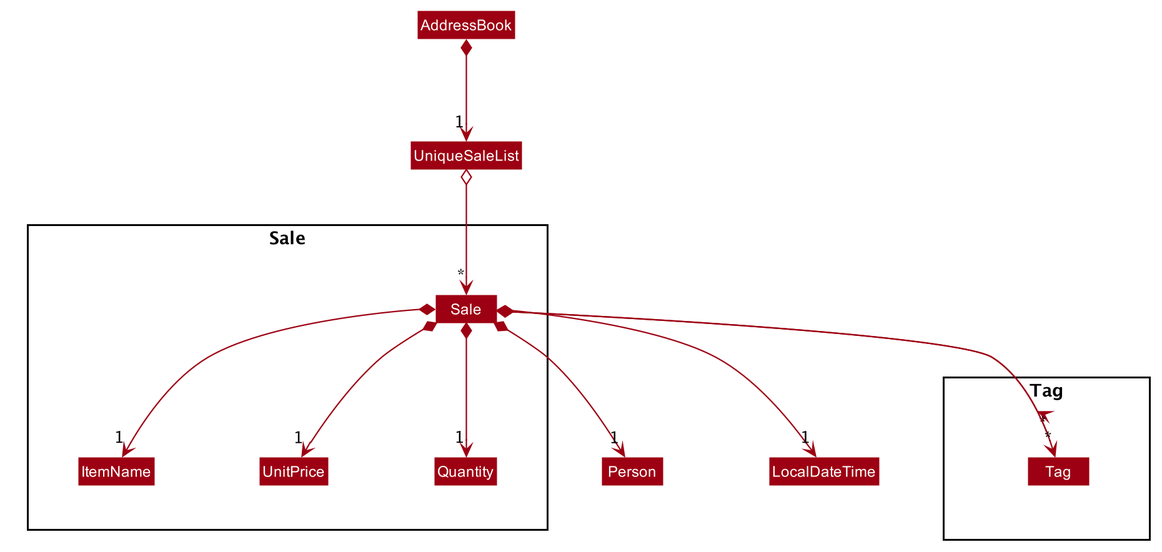
Above: docs/images/SaleClassDiagram.png in sebastiantoh/tp (PlantUML), before the change. Its diagram source:
```plantuml
@startuml








skinparam BackgroundColor #FFFFFFF

skinparam Shadowing false

skinparam Class {
    FontColor #FFFFFF
    BorderThickness 1
    BorderColor #FFFFFF
    StereotypeFontColor #FFFFFF
    FontName Arial
}

skinparam Actor {
    BorderColor #000000
    Color #000000
    FontName Arial
}

skinparam Sequence {
    MessageAlign center
    BoxFontSize 15
    BoxPadding 0
    BoxFontColor #FFFFFF
    FontName Arial
}

skinparam Participant {
    FontColor #FFFFFFF
    Padding 20
}

skinparam MinClassWidth 50
skinparam ParticipantPadding 10
skinparam Shadowing false
skinparam DefaultTextAlignment center
skinparam packageStyle Rectangle

hide footbox
hide members
hide circle
skinparam arrowThickness 1.1
skinparam arrowColor #9D0012
skinparam classBackgroundColor #9D0012

Class UniqueSaleList
Class AddressBook

Package Sale <<Rectangle>>{

Class Sale
Class ItemName
Class UnitPrice
Class Quantity

Class UniqueSaleList

AddressBook *--> "1" UniqueSaleList
UniqueSaleList o--> "*" Sale

Sale *--> "1" ItemName
Sale *--> "1" UnitPrice
Sale *--> "1" Quantity
Sale *--> "*" Tag

}

Class Person
Sale *--> "1" Person
Sale *--> "1" LocalDateTime

Package Tag <<Rectangle>>{

Class Tag
Sale *--> "*" Tag

}



@enduml
```
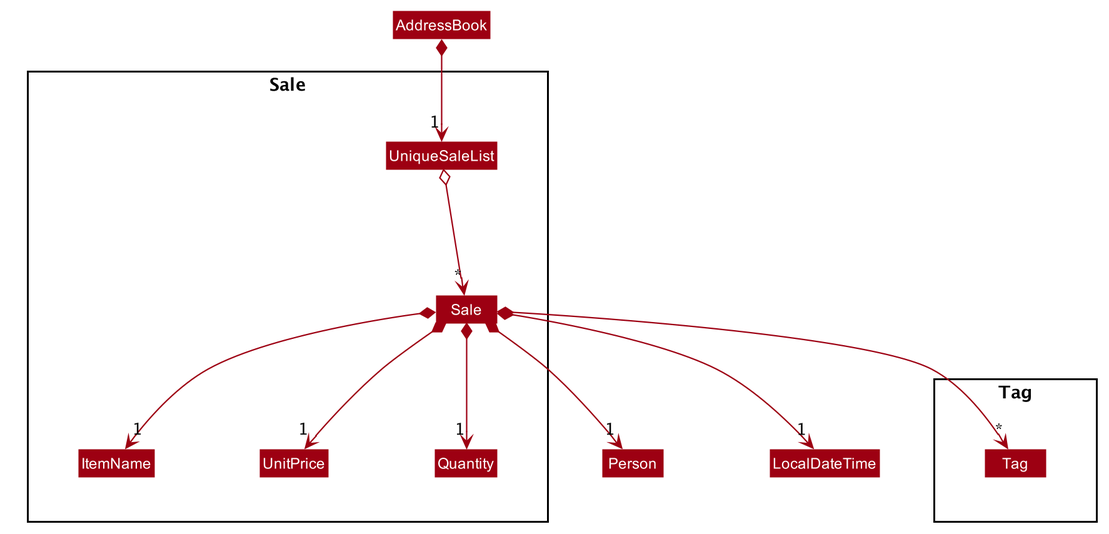
After the commit.

Commit message:
Update existing UML diagrams to include Sale

What changed in the source:
```diff
@@ -38,6 +38,8 @@
     Padding 20
 }
 
+
+skinparam ClassAttributeFontColor white
 skinparam MinClassWidth 50
 skinparam ParticipantPadding 10
 skinparam Shadowing false
@@ -51,7 +53,6 @@
 skinparam arrowColor #9D0012
 skinparam classBackgroundColor #9D0012
 
-Class UniqueSaleList
 Class AddressBook
 
 Package Sale <<Rectangle>>{
@@ -69,7 +70,6 @@
 Sale *--> "1" ItemName
 Sale *--> "1" UnitPrice
 Sale *--> "1" Quantity
-Sale *--> "*" Tag
 
 }
 
```
